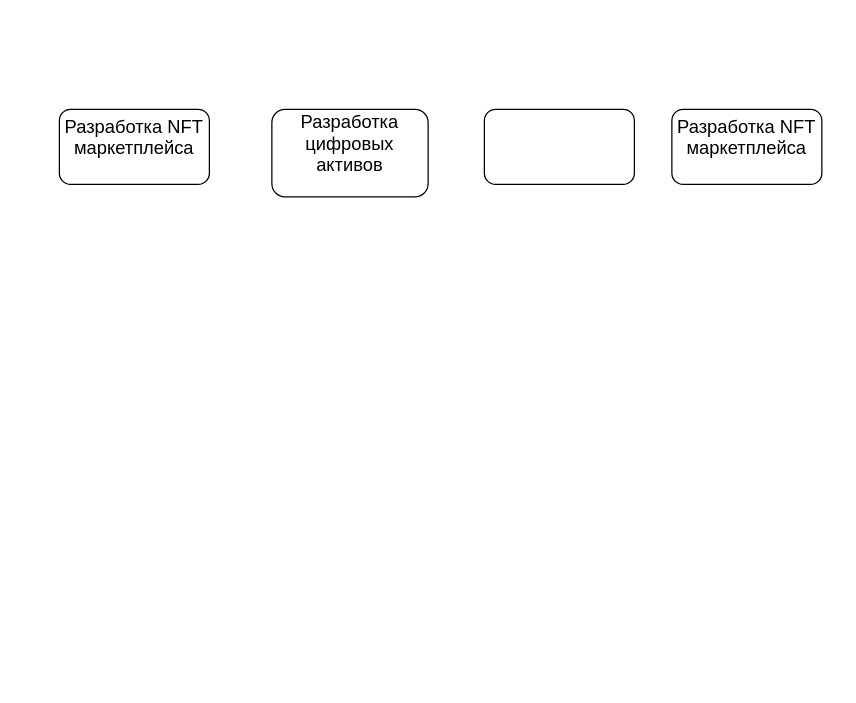
Before: Untitled Diagram.drawio in sultanbek149/mmtour, a draw.io diagram. Source tidied: cells renumbered, new cells numbered last; positions are measured from the earlier drawing's top-left corner, leaving out a move shared by most shapes. Both pictures are drawn from the tidied source at 125%, with x=0, y=0 at pixel (59, 109).
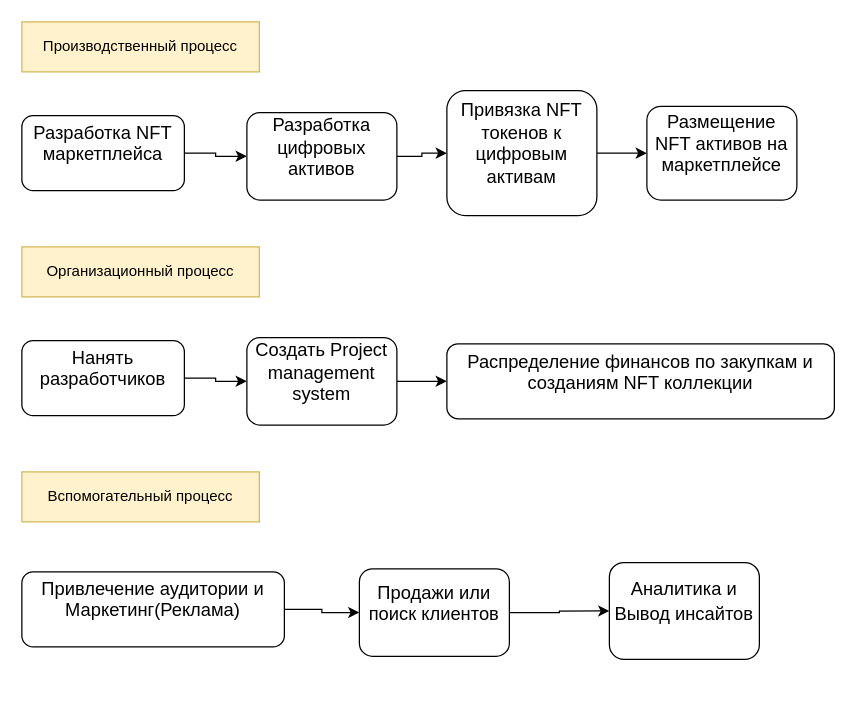
After the change.

The edit, as a diff of the source:
```diff
@@
+    <mxCell id="6" style="edgeStyle=orthogonalEdgeStyle;rounded=0;jettySize=auto;html=1;entryX=0;entryY=0.5;entryDx=0;entryDy=0;" parent="1" edge="1" source="2" target="3">
+      <mxGeometry relative="1" as="geometry" />
+    </mxCell>
     <mxCell id="2" value="&#10;&lt;b id=&quot;docs-internal-guid-1a27f53a-7fff-fef3-ce17-628c39003a53&quot; style=&quot;font-weight:normal;&quot;&gt;&lt;span style=&quot;font-size: 11pt; font-family: Arial; color: rgb(0, 0, 0); background-color: transparent; font-weight: 400; font-style: normal; font-variant: normal; text-decoration: none; vertical-align: baseline;&quot;&gt;Разработка NFT маркетплейса&lt;/span&gt;&lt;/b&gt;&#10;&#10;" style="rounded=1;whiteSpace=wrap;html=1;" parent="1" vertex="1">
-      <mxGeometry width="120" height="60" as="geometry" />
+      <mxGeometry x="-30" y="5" width="130" height="60" as="geometry" />
     </mxCell>
+    <mxCell id="7" style="edgeStyle=orthogonalEdgeStyle;rounded=0;jettySize=auto;html=1;entryX=0;entryY=0.5;entryDx=0;entryDy=0;" parent="1" edge="1" source="3" target="4">
+      <mxGeometry relative="1" as="geometry" />
+    </mxCell>
     <mxCell id="3" value="&#10;&lt;b id=&quot;docs-internal-guid-ae347f31-7fff-d105-5a88-80a3971aad66&quot; style=&quot;font-weight:normal;&quot;&gt;&lt;span style=&quot;font-size: 11pt; font-family: Arial; color: rgb(0, 0, 0); background-color: transparent; font-weight: 400; font-style: normal; font-variant: normal; text-decoration: none; vertical-align: baseline;&quot;&gt;Разработка цифровых активов&lt;/span&gt;&lt;/b&gt;&#10;&#10;" style="rounded=1;whiteSpace=wrap;html=1;" parent="1" vertex="1">
-      <mxGeometry x="170" width="125" height="70" as="geometry" />
+      <mxGeometry x="150" y="2.5" width="120" height="70" as="geometry" />
     </mxCell>
+    <mxCell id="8" style="edgeStyle=orthogonalEdgeStyle;rounded=0;jettySize=auto;html=1;entryX=0;entryY=0.5;entryDx=0;entryDy=0;" parent="1" edge="1" source="4" target="5">
+      <mxGeometry relative="1" as="geometry" />
+    </mxCell>
-    <mxCell id="4" value="&lt;span id=&quot;docs-internal-guid-0b8d5a9f-7fff-5459-45df-064bcffe78cf&quot;&gt;&lt;/span&gt;" style="rounded=1;whiteSpace=wrap;html=1;" parent="1" vertex="1">
-      <mxGeometry x="340" width="120" height="60" as="geometry" />
+    <mxCell id="4" value="&#10;&lt;b id=&quot;docs-internal-guid-cf1913dc-7fff-9708-47f3-a87ee2b30ef7&quot; style=&quot;font-weight:normal;&quot;&gt;&lt;span style=&quot;font-size: 11pt; font-family: Arial; color: rgb(0, 0, 0); background-color: transparent; font-weight: 400; font-style: normal; font-variant: normal; text-decoration: none; vertical-align: baseline;&quot;&gt;Привязка NFT токенов к цифровым активам &lt;/span&gt;&lt;/b&gt;&#10;&#10;" style="rounded=1;whiteSpace=wrap;html=1;" parent="1" vertex="1">
+      <mxGeometry x="310" y="-15" width="120" height="100" as="geometry" />
     </mxCell>
-    <mxCell id="5" value="&#10;&lt;b id=&quot;docs-internal-guid-1a27f53a-7fff-fef3-ce17-628c39003a53&quot; style=&quot;font-weight:normal;&quot;&gt;&lt;span style=&quot;font-size: 11pt; font-family: Arial; color: rgb(0, 0, 0); background-color: transparent; font-weight: 400; font-style: normal; font-variant: normal; text-decoration: none; vertical-align: baseline;&quot;&gt;Разработка NFT маркетплейса&lt;/span&gt;&lt;/b&gt;&#10;&#10;" style="rounded=1;whiteSpace=wrap;html=1;" parent="1" vertex="1">
-      <mxGeometry x="490" width="120" height="60" as="geometry" />
+    <mxCell id="5" value="&#10;&lt;b id=&quot;docs-internal-guid-ccbc7a6e-7fff-dd11-a431-dc3e7549b8f0&quot; style=&quot;font-weight:normal;&quot;&gt;&lt;span style=&quot;font-size: 11pt; font-family: Arial; color: rgb(0, 0, 0); background-color: transparent; font-weight: 400; font-style: normal; font-variant: normal; text-decoration: none; vertical-align: baseline;&quot;&gt;Размещение NFT активов на маркетплейсе&lt;/span&gt;&lt;/b&gt;&#10;&#10;" style="rounded=1;whiteSpace=wrap;html=1;" parent="1" vertex="1">
+      <mxGeometry x="470" y="-2.5" width="120" height="75" as="geometry" />
     </mxCell>
+    <mxCell id="9" value="Производственный процесс" style="rounded=0;whiteSpace=wrap;html=1;fillColor=#fff2cc;strokeColor=#d6b656;" parent="1" vertex="1">
+      <mxGeometry x="-30" y="-70" width="190" height="40" as="geometry" />
+    </mxCell>
+    <mxCell id="10" style="edgeStyle=orthogonalEdgeStyle;rounded=0;jettySize=auto;html=1;entryX=0;entryY=0.5;entryDx=0;entryDy=0;" parent="1" edge="1" source="11" target="13">
+      <mxGeometry relative="1" as="geometry" />
+    </mxCell>
+    <mxCell id="11" value="&#10;&lt;b id=&quot;docs-internal-guid-1e8e43b3-7fff-f88c-acd8-4e108a5c05cb&quot; style=&quot;font-weight:normal;&quot;&gt;&lt;span style=&quot;font-size: 11pt; font-family: Arial; color: rgb(0, 0, 0); background-color: transparent; font-weight: 400; font-style: normal; font-variant: normal; text-decoration: none; vertical-align: baseline;&quot;&gt;Нанять разработчиков&lt;/span&gt;&lt;/b&gt;&#10;&#10;" style="rounded=1;whiteSpace=wrap;html=1;" parent="1" vertex="1">
+      <mxGeometry x="-30" y="185" width="130" height="60" as="geometry" />
+    </mxCell>
+    <mxCell id="12" style="edgeStyle=orthogonalEdgeStyle;rounded=0;jettySize=auto;html=1;entryX=0;entryY=0.5;entryDx=0;entryDy=0;" parent="1" edge="1" source="13" target="14">
+      <mxGeometry relative="1" as="geometry" />
+    </mxCell>
+    <mxCell id="13" value="&#10;&lt;b id=&quot;docs-internal-guid-e7bfd6dd-7fff-17d4-3cc9-2e3cba869229&quot; style=&quot;font-weight:normal;&quot;&gt;&lt;span style=&quot;font-size: 11pt; font-family: Arial; color: rgb(0, 0, 0); background-color: transparent; font-weight: 400; font-style: normal; font-variant: normal; text-decoration: none; vertical-align: baseline;&quot;&gt;Создать Project management system &lt;/span&gt;&lt;/b&gt;&#10;&#10;" style="rounded=1;whiteSpace=wrap;html=1;" parent="1" vertex="1">
+      <mxGeometry x="150" y="182.5" width="120" height="70" as="geometry" />
+    </mxCell>
+    <mxCell id="14" value="&#10;&lt;b id=&quot;docs-internal-guid-ad856a72-7fff-7307-2682-014a77827da1&quot; style=&quot;font-weight:normal;&quot;&gt;&lt;span style=&quot;font-size: 11pt; font-family: Arial; color: rgb(0, 0, 0); background-color: transparent; font-weight: 400; font-style: normal; font-variant: normal; text-decoration: none; vertical-align: baseline;&quot;&gt;Распределение финансов по закупкам и созданиям NFT коллекции&lt;/span&gt;&lt;/b&gt;&#10;&#10;" style="rounded=1;whiteSpace=wrap;html=1;" parent="1" vertex="1">
+      <mxGeometry x="310" y="187.5" width="310" height="60" as="geometry" />
+    </mxCell>
+    <mxCell id="15" value="Организационный процесс" style="rounded=0;whiteSpace=wrap;html=1;fillColor=#fff2cc;strokeColor=#d6b656;" parent="1" vertex="1">
+      <mxGeometry x="-30" y="110" width="190" height="40" as="geometry" />
+    </mxCell>
+    <mxCell id="16" value="Вспомогательный процесс" style="rounded=0;whiteSpace=wrap;html=1;fillColor=#fff2cc;strokeColor=#d6b656;" parent="1" vertex="1">
+      <mxGeometry x="-30" y="290" width="190" height="40" as="geometry" />
+    </mxCell>
+    <mxCell id="17" style="edgeStyle=orthogonalEdgeStyle;rounded=0;jettySize=auto;html=1;entryX=0;entryY=0.5;entryDx=0;entryDy=0;" parent="1" edge="1" source="18" target="20">
+      <mxGeometry relative="1" as="geometry" />
+    </mxCell>
+    <mxCell id="18" value="&#10;&lt;b id=&quot;docs-internal-guid-5b64c4fe-7fff-686e-a24f-a31381187080&quot; style=&quot;font-weight:normal;&quot;&gt;&lt;span style=&quot;font-size: 11pt; font-family: Arial; color: rgb(0, 0, 0); background-color: transparent; font-weight: 400; font-style: normal; font-variant: normal; text-decoration: none; vertical-align: baseline;&quot;&gt;Привлечение аудитории и Маркетинг(Реклама)&lt;/span&gt;&lt;/b&gt;&#10;&#10;" style="rounded=1;whiteSpace=wrap;html=1;" parent="1" vertex="1">
+      <mxGeometry x="-30" y="370" width="210" height="60" as="geometry" />
+    </mxCell>
+    <mxCell id="19" style="edgeStyle=orthogonalEdgeStyle;rounded=0;jettySize=auto;html=1;entryX=0;entryY=0.5;entryDx=0;entryDy=0;" parent="1" edge="1" source="20" target="21">
+      <mxGeometry relative="1" as="geometry" />
+    </mxCell>
+    <mxCell id="20" value="&#10;&lt;b id=&quot;docs-internal-guid-f3ebae5a-7fff-0466-25a0-27540e44e815&quot; style=&quot;font-weight:normal;&quot;&gt;&lt;span style=&quot;font-size: 11pt; font-family: Arial; color: rgb(0, 0, 0); background-color: transparent; font-weight: 400; font-style: normal; font-variant: normal; text-decoration: none; vertical-align: baseline;&quot;&gt;Продажи или поиск клиентов&lt;/span&gt;&lt;/b&gt;&#10;&#10;" style="rounded=1;whiteSpace=wrap;html=1;" parent="1" vertex="1">
+      <mxGeometry x="240" y="367.5" width="120" height="70" as="geometry" />
+    </mxCell>
+    <mxCell id="21" value="&#10;&lt;b id=&quot;docs-internal-guid-0f11c6a5-7fff-481d-8a66-c16b1793e7b2&quot; style=&quot;font-weight:normal;&quot;&gt;&lt;br&gt;&lt;p style=&quot;line-height:1.38;margin-top:0pt;margin-bottom:0pt;&quot; dir=&quot;ltr&quot;&gt;&lt;span style=&quot;font-size: 11pt; font-family: Arial; color: rgb(0, 0, 0); background-color: transparent; font-weight: 400; font-style: normal; font-variant: normal; text-decoration: none; vertical-align: baseline;&quot;&gt;Аналитика и Вывод инсайтов&lt;/span&gt;&lt;/p&gt;&lt;/b&gt;&lt;br class=&quot;Apple-interchange-newline&quot;&gt;&#10;&#10;" style="rounded=1;whiteSpace=wrap;html=1;" parent="1" vertex="1">
+      <mxGeometry x="440" y="362.5" width="120" height="77.5" as="geometry" />
+    </mxCell>
```
